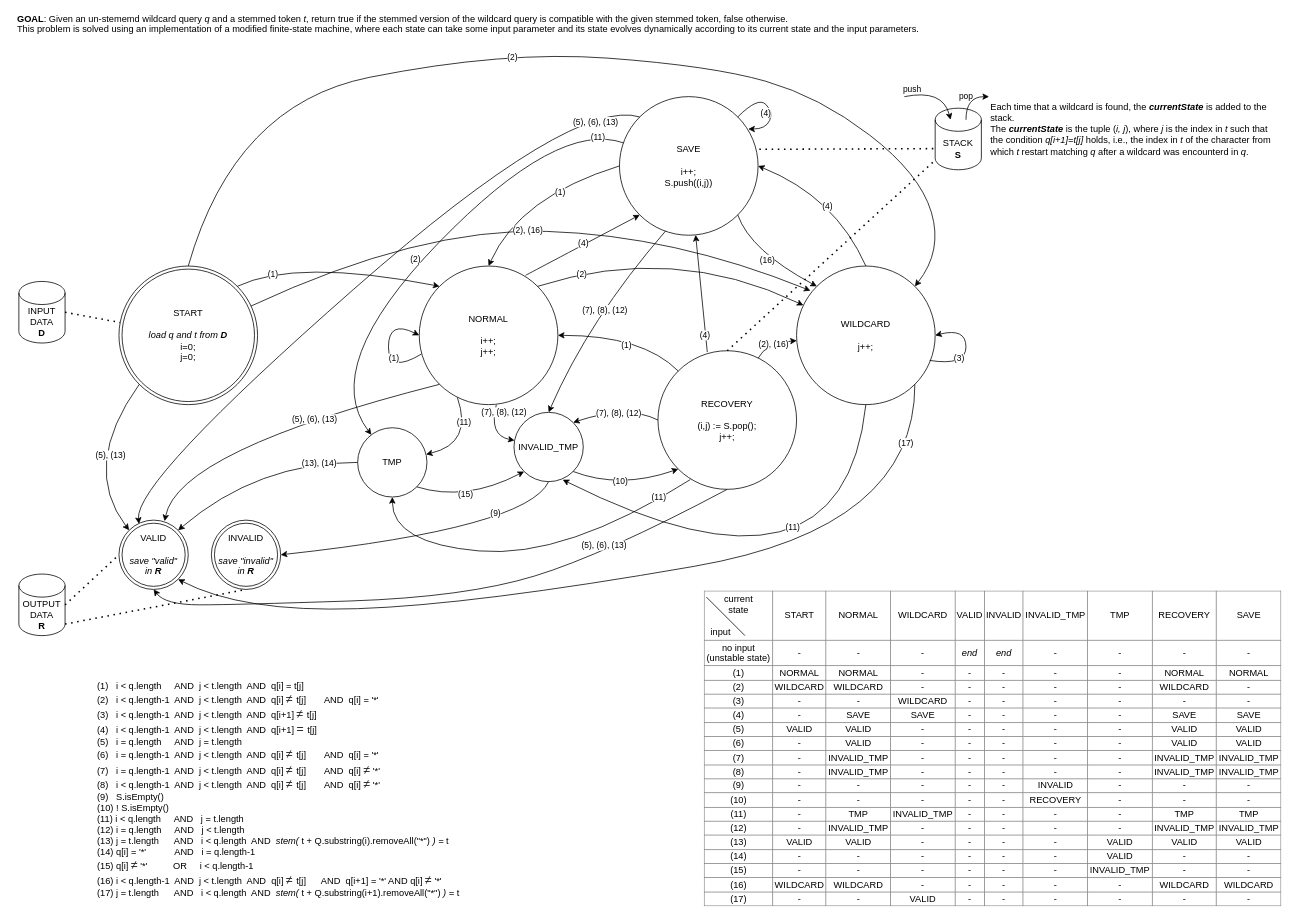
matteoferfoglia/Information-Retrieval-System keeps this draw.io diagram as JavaApplication/src/main/java/it/units/informationretrieval/ir_boolean_model/utils/wildcards/MatcherForPermutermIndex.drawio. Above is the earlier version. Source tidied: cells renumbered, new cells numbered last; positions are measured from the earlier drawing's top-left corner, leaving out a move shared by most shapes. Both pictures are drawn from the tidied source at 77%, with x=0, y=0 at pixel (13, 21).
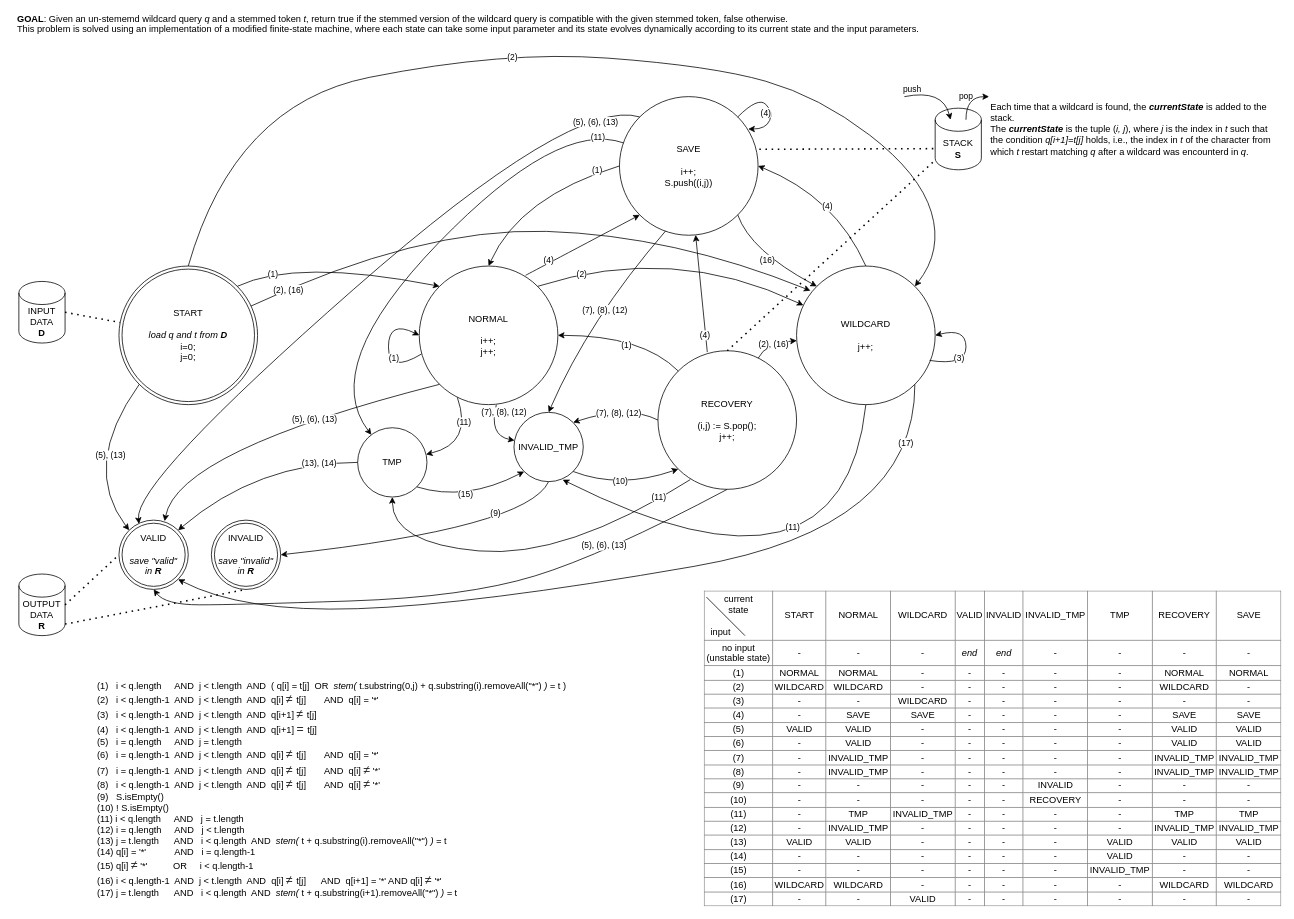
The same diagram, later.

The change refers to these unchanged cells:
```xml
<mxCell id="6" value="WILDCARD&lt;br&gt;&lt;br&gt;j++;" style="ellipse;whiteSpace=wrap;html=1;fillColor=none;" parent="1" vertex="1">
  <mxGeometry x="1017" y="318" width="180" height="180" as="geometry" />
</mxCell>
<mxCell id="15" style="curved=1;endArrow=classic;html=1;rounded=0;exitX=0;exitY=0.5;exitDx=0;exitDy=0;entryX=0.5;entryY=0;entryDx=0;entryDy=0;" parent="1" edge="1" source="14" target="2">
  <mxGeometry relative="1" as="geometry">
    <Array as="points">
      <mxPoint x="657" y="228" />
    </Array>
  </mxGeometry>
</mxCell>
<mxCell id="17" value="START&lt;br&gt;&lt;br&gt;&lt;i&gt;load q and t from &lt;b&gt;D&lt;/b&gt;&lt;/i&gt;&lt;br&gt;i=0;&lt;br&gt;j=0;" style="ellipse;shape=doubleEllipse;whiteSpace=wrap;html=1;fillColor=none;" parent="1" vertex="1">
  <mxGeometry x="137" y="318" width="180" height="180" as="geometry" />
</mxCell>
<mxCell id="62" style="curved=1;endArrow=classic;html=1;rounded=0;exitX=0.767;exitY=0.067;exitDx=0;exitDy=0;entryX=0;entryY=1;entryDx=0;entryDy=0;exitPerimeter=0;" parent="1" edge="1" source="2" target="14">
  <mxGeometry relative="1" as="geometry" />
</mxCell>
```

Change to the diagram source:
```diff
@@
-    <mxCell id="5" value="(1)&amp;nbsp; &amp;nbsp;i &amp;lt; q.length&amp;nbsp; &amp;nbsp; &amp;nbsp;AND&amp;nbsp; j &amp;lt; t.length&amp;nbsp; AND&amp;nbsp; q[i] = t[j]&lt;br&gt;(2)&amp;nbsp; &amp;nbsp;i &amp;lt; q.length-1&amp;nbsp; AND&amp;nbsp; j &amp;lt; t.length&amp;nbsp; AND&amp;nbsp; q[i]&amp;nbsp;&lt;span style=&quot;color: rgb(32 , 33 , 36) ; font-family: &amp;#34;arial&amp;#34; , sans-serif ; font-size: 16px ; background-color: rgb(255 , 255 , 255)&quot;&gt;≠&amp;nbsp;&lt;/span&gt;t[j]&amp;nbsp; &amp;nbsp; &amp;nbsp; &amp;nbsp;AND&amp;nbsp; q[i] = '*'&lt;br&gt;(3)&amp;nbsp; &amp;nbsp;i &amp;lt; q.length-1&amp;nbsp; AND&amp;nbsp;&amp;nbsp;j &amp;lt; t.length&amp;nbsp; AND&amp;nbsp; q[i+1]&amp;nbsp;&lt;span style=&quot;color: rgb(32 , 33 , 36) ; font-family: &amp;#34;arial&amp;#34; , sans-serif ; font-size: 16px ; background-color: rgb(255 , 255 , 255)&quot;&gt;≠&amp;nbsp;&lt;/span&gt;t[j]&lt;br&gt;(4)&amp;nbsp; &amp;nbsp;i &amp;lt; q.length-1&amp;nbsp; AND&amp;nbsp;&amp;nbsp;j &amp;lt; t.length&amp;nbsp; AND&amp;nbsp; q[i+1]&amp;nbsp;&lt;span style=&quot;color: rgb(32 , 33 , 36) ; font-family: &amp;#34;arial&amp;#34; , sans-serif ; font-size: 16px ; background-color: rgb(255 , 255 , 255)&quot;&gt;=&amp;nbsp;&lt;/span&gt;t[j]&lt;br&gt;(5)&amp;nbsp; &amp;nbsp;i = q.length&amp;nbsp; &amp;nbsp; &amp;nbsp;AND&amp;nbsp; j = t.length&lt;br&gt;(6)&amp;nbsp; &amp;nbsp;i = q.length-1&amp;nbsp; AND&amp;nbsp; j &amp;lt; t.length&amp;nbsp; AND&amp;nbsp;&amp;nbsp;q[i]&amp;nbsp;&lt;span style=&quot;color: rgb(32 , 33 , 36) ; font-family: &amp;#34;arial&amp;#34; , sans-serif ; font-size: 16px ; background-color: rgb(255 , 255 , 255)&quot;&gt;≠&amp;nbsp;&lt;/span&gt;t[j]&amp;nbsp; &amp;nbsp; &amp;nbsp; &amp;nbsp;AND&amp;nbsp; q[i] = '*'&lt;br&gt;(7)&amp;nbsp; &amp;nbsp;i = q.length-1&amp;nbsp; AND&amp;nbsp; j &amp;lt; t.length&amp;nbsp; AND&amp;nbsp;&amp;nbsp;q[i]&amp;nbsp;&lt;span style=&quot;color: rgb(32 , 33 , 36) ; font-family: &amp;#34;arial&amp;#34; , sans-serif ; font-size: 16px ; background-color: rgb(255 , 255 , 255)&quot;&gt;≠&amp;nbsp;&lt;/span&gt;t[j]&amp;nbsp; &amp;nbsp; &amp;nbsp; &amp;nbsp;AND&amp;nbsp; q[i]&amp;nbsp;&lt;span style=&quot;color: rgb(32 , 33 , 36) ; font-family: &amp;#34;arial&amp;#34; , sans-serif ; font-size: 16px ; background-color: rgb(255 , 255 , 255)&quot;&gt;≠&lt;/span&gt;&amp;nbsp;'*'&lt;br&gt;(8)&amp;nbsp; &amp;nbsp;i &amp;lt; q.length-1&amp;nbsp; AND&amp;nbsp; j &amp;lt; t.length&amp;nbsp; AND&amp;nbsp; q[i]&amp;nbsp;&lt;span style=&quot;color: rgb(32 , 33 , 36) ; font-family: &amp;#34;arial&amp;#34; , sans-serif ; font-size: 16px ; background-color: rgb(255 , 255 , 255)&quot;&gt;≠&amp;nbsp;&lt;/span&gt;t[j]&amp;nbsp; &amp;nbsp; &amp;nbsp; &amp;nbsp;AND&amp;nbsp; q[i]&amp;nbsp;&lt;span style=&quot;color: rgb(32 , 33 , 36) ; font-family: &amp;#34;arial&amp;#34; , sans-serif ; font-size: 16px ; background-color: rgb(255 , 255 , 255)&quot;&gt;≠&lt;/span&gt;&amp;nbsp;'*'&lt;br&gt;(9)&amp;nbsp; &amp;nbsp;S.isEmpty()&lt;br&gt;(10) ! S.isEmpty()&lt;br&gt;(11) i &amp;lt; q.length&amp;nbsp; &amp;nbsp; &amp;nbsp;AND&amp;nbsp; &amp;nbsp;j = t.length&lt;br&gt;(12) i = q.length&amp;nbsp; &amp;nbsp; &amp;nbsp;AND&amp;nbsp; &amp;nbsp;j &amp;lt; t.length&lt;br&gt;(13) j = t.length&amp;nbsp; &amp;nbsp; &amp;nbsp; AND&amp;nbsp; &amp;nbsp;i &amp;lt; q.length&amp;nbsp; AND&amp;nbsp;&amp;nbsp;&lt;i&gt;stem( &lt;/i&gt;t + Q.substring(i).removeAll(&quot;*&quot;)&amp;nbsp;&lt;i&gt;) = &lt;/i&gt;t&lt;br&gt;(14) q[i] = '*'&amp;nbsp; &amp;nbsp; &amp;nbsp; &amp;nbsp; &amp;nbsp; &amp;nbsp;AND&amp;nbsp; &amp;nbsp;i = q.length-1&lt;br&gt;(15) q[i]&amp;nbsp;&lt;span style=&quot;color: rgb(32 , 33 , 36) ; font-family: &amp;#34;arial&amp;#34; , sans-serif ; font-size: 16px ; background-color: rgb(255 , 255 , 255)&quot;&gt;≠&lt;/span&gt;&amp;nbsp;'*'&amp;nbsp; &amp;nbsp; &amp;nbsp; &amp;nbsp; &amp;nbsp; OR&amp;nbsp; &amp;nbsp; &amp;nbsp;i &amp;lt; q.length-1&lt;br&gt;(16) i &amp;lt; q.length-1&amp;nbsp; AND&amp;nbsp; j &amp;lt; t.length&amp;nbsp; AND&amp;nbsp; q[i]&amp;nbsp;&lt;span style=&quot;color: rgb(32 , 33 , 36) ; font-family: &amp;#34;arial&amp;#34; , sans-serif ; font-size: 16px ; background-color: rgb(255 , 255 , 255)&quot;&gt;≠&amp;nbsp;&lt;/span&gt;t[j]&amp;nbsp; &amp;nbsp; &amp;nbsp; AND&amp;nbsp; q[i+1] = '*' AND q[i]&amp;nbsp;&lt;span style=&quot;color: rgb(32 , 33 , 36) ; font-family: &amp;#34;arial&amp;#34; , sans-serif ; font-size: 16px ; background-color: rgb(255 , 255 , 255)&quot;&gt;≠&lt;/span&gt;&amp;nbsp;'*'&lt;br&gt;(17) j = t.length&amp;nbsp; &amp;nbsp; &amp;nbsp; AND&amp;nbsp; &amp;nbsp;i &amp;lt; q.length&amp;nbsp; AND&amp;nbsp;&amp;nbsp;&lt;i&gt;stem(&amp;nbsp;&lt;/i&gt;t + Q.substring(i+1).removeAll(&quot;*&quot;)&amp;nbsp;&lt;i&gt;) =&amp;nbsp;&lt;/i&gt;t" style="text;html=1;strokeColor=none;fillColor=none;align=left;verticalAlign=top;whiteSpace=wrap;rounded=0;" parent="1" vertex="1">
-      <mxGeometry x="107" y="850" width="520" height="290" as="geometry" />
+    <mxCell id="5" value="(1)&amp;nbsp; &amp;nbsp;i &amp;lt; q.length&amp;nbsp; &amp;nbsp; &amp;nbsp;AND&amp;nbsp; j &amp;lt; t.length&amp;nbsp; AND&amp;nbsp; ( q[i] = t[j]&amp;nbsp; OR&amp;nbsp; &lt;i&gt;stem(&amp;nbsp;&lt;/i&gt;t.substring(0,j) + q.substring(i).removeAll(&quot;*&quot;)&amp;nbsp;&lt;i&gt;) =&amp;nbsp;&lt;/i&gt;t )&lt;br&gt;(2)&amp;nbsp; &amp;nbsp;i &amp;lt; q.length-1&amp;nbsp; AND&amp;nbsp; j &amp;lt; t.length&amp;nbsp; AND&amp;nbsp; q[i]&amp;nbsp;&lt;span style=&quot;color: rgb(32 , 33 , 36) ; font-family: &amp;#34;arial&amp;#34; , sans-serif ; font-size: 16px ; background-color: rgb(255 , 255 , 255)&quot;&gt;≠&amp;nbsp;&lt;/span&gt;t[j]&amp;nbsp; &amp;nbsp; &amp;nbsp; &amp;nbsp;AND&amp;nbsp; q[i] = '*'&lt;br&gt;(3)&amp;nbsp; &amp;nbsp;i &amp;lt; q.length-1&amp;nbsp; AND&amp;nbsp;&amp;nbsp;j &amp;lt; t.length&amp;nbsp; AND&amp;nbsp; q[i+1]&amp;nbsp;&lt;span style=&quot;color: rgb(32 , 33 , 36) ; font-family: &amp;#34;arial&amp;#34; , sans-serif ; font-size: 16px ; background-color: rgb(255 , 255 , 255)&quot;&gt;≠&amp;nbsp;&lt;/span&gt;t[j]&lt;br&gt;(4)&amp;nbsp; &amp;nbsp;i &amp;lt; q.length-1&amp;nbsp; AND&amp;nbsp;&amp;nbsp;j &amp;lt; t.length&amp;nbsp; AND&amp;nbsp; q[i+1]&amp;nbsp;&lt;span style=&quot;color: rgb(32 , 33 , 36) ; font-family: &amp;#34;arial&amp;#34; , sans-serif ; font-size: 16px ; background-color: rgb(255 , 255 , 255)&quot;&gt;=&amp;nbsp;&lt;/span&gt;t[j]&lt;br&gt;(5)&amp;nbsp; &amp;nbsp;i = q.length&amp;nbsp; &amp;nbsp; &amp;nbsp;AND&amp;nbsp; j = t.length&lt;br&gt;(6)&amp;nbsp; &amp;nbsp;i = q.length-1&amp;nbsp; AND&amp;nbsp; j &amp;lt; t.length&amp;nbsp; AND&amp;nbsp;&amp;nbsp;q[i]&amp;nbsp;&lt;span style=&quot;color: rgb(32 , 33 , 36) ; font-family: &amp;#34;arial&amp;#34; , sans-serif ; font-size: 16px ; background-color: rgb(255 , 255 , 255)&quot;&gt;≠&amp;nbsp;&lt;/span&gt;t[j]&amp;nbsp; &amp;nbsp; &amp;nbsp; &amp;nbsp;AND&amp;nbsp; q[i] = '*'&lt;br&gt;(7)&amp;nbsp; &amp;nbsp;i = q.length-1&amp;nbsp; AND&amp;nbsp; j &amp;lt; t.length&amp;nbsp; AND&amp;nbsp;&amp;nbsp;q[i]&amp;nbsp;&lt;span style=&quot;color: rgb(32 , 33 , 36) ; font-family: &amp;#34;arial&amp;#34; , sans-serif ; font-size: 16px ; background-color: rgb(255 , 255 , 255)&quot;&gt;≠&amp;nbsp;&lt;/span&gt;t[j]&amp;nbsp; &amp;nbsp; &amp;nbsp; &amp;nbsp;AND&amp;nbsp; q[i]&amp;nbsp;&lt;span style=&quot;color: rgb(32 , 33 , 36) ; font-family: &amp;#34;arial&amp;#34; , sans-serif ; font-size: 16px ; background-color: rgb(255 , 255 , 255)&quot;&gt;≠&lt;/span&gt;&amp;nbsp;'*'&lt;br&gt;(8)&amp;nbsp; &amp;nbsp;i &amp;lt; q.length-1&amp;nbsp; AND&amp;nbsp; j &amp;lt; t.length&amp;nbsp; AND&amp;nbsp; q[i]&amp;nbsp;&lt;span style=&quot;color: rgb(32 , 33 , 36) ; font-family: &amp;#34;arial&amp;#34; , sans-serif ; font-size: 16px ; background-color: rgb(255 , 255 , 255)&quot;&gt;≠&amp;nbsp;&lt;/span&gt;t[j]&amp;nbsp; &amp;nbsp; &amp;nbsp; &amp;nbsp;AND&amp;nbsp; q[i]&amp;nbsp;&lt;span style=&quot;color: rgb(32 , 33 , 36) ; font-family: &amp;#34;arial&amp;#34; , sans-serif ; font-size: 16px ; background-color: rgb(255 , 255 , 255)&quot;&gt;≠&lt;/span&gt;&amp;nbsp;'*'&lt;br&gt;(9)&amp;nbsp; &amp;nbsp;S.isEmpty()&lt;br&gt;(10) ! S.isEmpty()&lt;br&gt;(11) i &amp;lt; q.length&amp;nbsp; &amp;nbsp; &amp;nbsp;AND&amp;nbsp; &amp;nbsp;j = t.length&lt;br&gt;(12) i = q.length&amp;nbsp; &amp;nbsp; &amp;nbsp;AND&amp;nbsp; &amp;nbsp;j &amp;lt; t.length&lt;br&gt;(13) j = t.length&amp;nbsp; &amp;nbsp; &amp;nbsp; AND&amp;nbsp; &amp;nbsp;i &amp;lt; q.length&amp;nbsp; AND&amp;nbsp;&amp;nbsp;&lt;i&gt;stem( &lt;/i&gt;t + q.substring(i).removeAll(&quot;*&quot;)&amp;nbsp;&lt;i&gt;) = &lt;/i&gt;t&lt;br&gt;(14) q[i] = '*'&amp;nbsp; &amp;nbsp; &amp;nbsp; &amp;nbsp; &amp;nbsp; &amp;nbsp;AND&amp;nbsp; &amp;nbsp;i = q.length-1&lt;br&gt;(15) q[i]&amp;nbsp;&lt;span style=&quot;color: rgb(32 , 33 , 36) ; font-family: &amp;#34;arial&amp;#34; , sans-serif ; font-size: 16px ; background-color: rgb(255 , 255 , 255)&quot;&gt;≠&lt;/span&gt;&amp;nbsp;'*'&amp;nbsp; &amp;nbsp; &amp;nbsp; &amp;nbsp; &amp;nbsp; OR&amp;nbsp; &amp;nbsp; &amp;nbsp;i &amp;lt; q.length-1&lt;br&gt;(16) i &amp;lt; q.length-1&amp;nbsp; AND&amp;nbsp; j &amp;lt; t.length&amp;nbsp; AND&amp;nbsp; q[i]&amp;nbsp;&lt;span style=&quot;color: rgb(32 , 33 , 36) ; font-family: &amp;#34;arial&amp;#34; , sans-serif ; font-size: 16px ; background-color: rgb(255 , 255 , 255)&quot;&gt;≠&amp;nbsp;&lt;/span&gt;t[j]&amp;nbsp; &amp;nbsp; &amp;nbsp; AND&amp;nbsp; q[i+1] = '*' AND q[i]&amp;nbsp;&lt;span style=&quot;color: rgb(32 , 33 , 36) ; font-family: &amp;#34;arial&amp;#34; , sans-serif ; font-size: 16px ; background-color: rgb(255 , 255 , 255)&quot;&gt;≠&lt;/span&gt;&amp;nbsp;'*'&lt;br&gt;(17) j = t.length&amp;nbsp; &amp;nbsp; &amp;nbsp; AND&amp;nbsp; &amp;nbsp;i &amp;lt; q.length&amp;nbsp; AND&amp;nbsp;&amp;nbsp;&lt;i&gt;stem(&amp;nbsp;&lt;/i&gt;t + q.substring(i+1).removeAll(&quot;*&quot;)&amp;nbsp;&lt;i&gt;) =&amp;nbsp;&lt;/i&gt;t" style="text;html=1;strokeColor=none;fillColor=none;align=left;verticalAlign=top;whiteSpace=wrap;rounded=0;" parent="1" vertex="1">
+      <mxGeometry x="107" y="850" width="740" height="290" as="geometry" />
     </mxCell>
@@
     <mxCell id="16" value="(1)" style="edgeLabel;html=1;align=center;verticalAlign=middle;" parent="15" vertex="1">
-      <mxGeometry x="-0.28" y="9" relative="1" as="geometry" />
+      <mxGeometry x="-0.28" y="9" relative="1" as="geometry">
+        <mxPoint x="48" y="-28" as="offset" />
+      </mxGeometry>
     </mxCell>
@@
     <mxCell id="63" value="(4)" style="edgeLabel;html=1;align=center;verticalAlign=middle;" parent="62" vertex="1">
       <mxGeometry x="-0.09" y="-22" relative="1" as="geometry">
-        <mxPoint x="-3" y="-26" as="offset" />
+        <mxPoint x="-48" y="-4" as="offset" />
       </mxGeometry>
     </mxCell>
@@
     <mxCell id="86" value="(2), (16)" style="curved=1;endArrow=classic;html=1;rounded=0;entryX=0.1;entryY=0.178;entryDx=0;entryDy=0;entryPerimeter=0;" parent="1" edge="1" source="17" target="6">
-      <mxGeometry relative="1" as="geometry">
+      <mxGeometry x="-0.86" y="-2" relative="1" as="geometry">
         <Array as="points">
           <mxPoint x="527" y="268" />
           <mxPoint x="857" y="278" />
         </Array>
       </mxGeometry>
     </mxCell>
-    <mxCell id="87" value="(2)" style="edgeLabel;html=1;align=center;verticalAlign=middle;" parent="86" vertex="1">
-      <mxGeometry x="-0.09" y="-22" relative="1" as="geometry">
-        <mxPoint x="-111" y="15" as="offset" />
-      </mxGeometry>
-    </mxCell>
```
